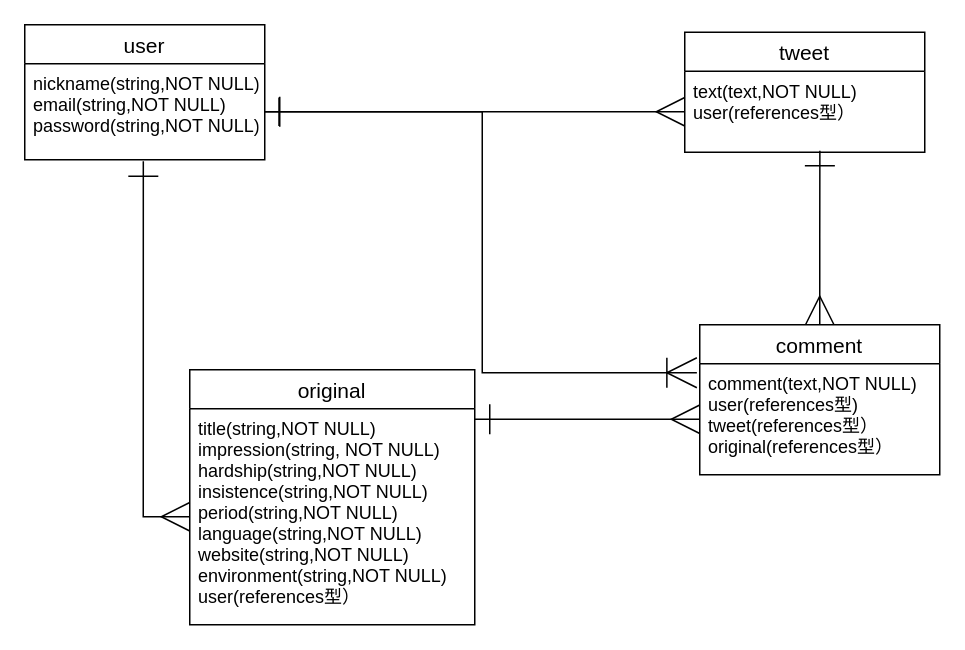
Above: ER.dio in Yu06rain/Huming (draw.io), before the change. Source tidied: cells renumbered, new cells numbered last; positions are measured from the earlier drawing's top-left corner, leaving out a move shared by most shapes. Both pictures are drawn from the tidied source at 150%, with x=0, y=0 at pixel (24, 24).
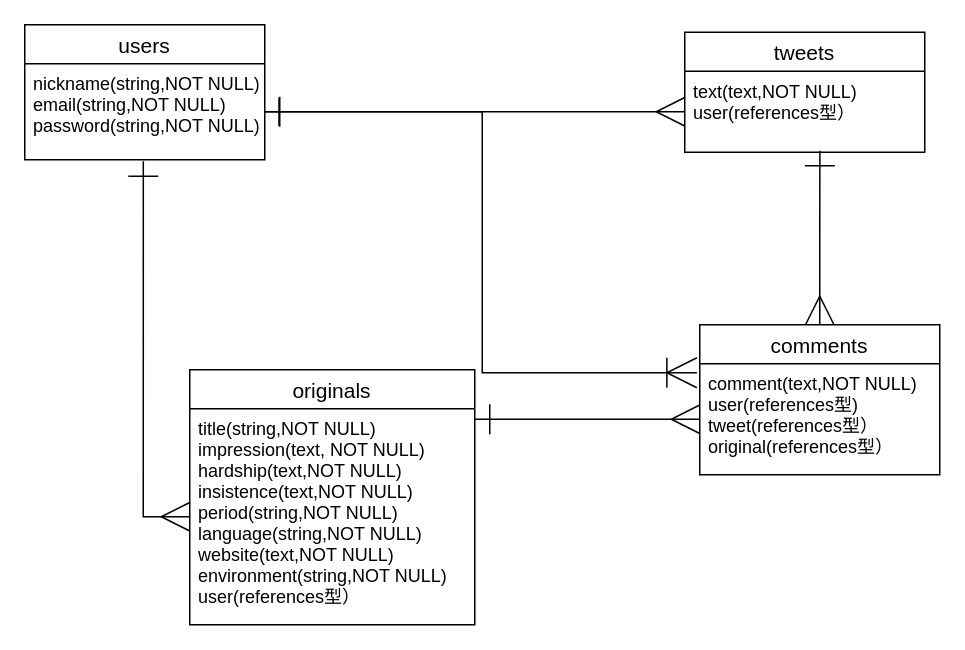
The same diagram, later.

Diff of the diagram source:
```diff
@@
 <mxGraphModel>
   <root>
     <mxCell id="0" />
     <mxCell id="1" parent="0" />
-    <mxCell id="2" value="user" style="swimlane;fontStyle=0;horizontal=1;startSize=26;align=center;fontSize=14;" parent="1" vertex="1">
+    <mxCell id="2" value="users" style="swimlane;fontStyle=0;horizontal=1;startSize=26;align=center;fontSize=14;" parent="1" vertex="1">
       <mxGeometry width="160" height="90" as="geometry" />
     </mxCell>
     <mxCell id="3" value="nickname(string,NOT NULL)&#10;email(string,NOT NULL)&#10;password(string,NOT NULL)&#10;" style="text;strokeColor=none;fillColor=none;spacingLeft=4;spacingRight=4;overflow=hidden;points=[[0,0.5],[1,0.5]];portConstraint=eastwest;fontSize=12;" parent="2" vertex="1">
       <mxGeometry y="26" width="160" height="64" as="geometry" />
     </mxCell>
-    <mxCell id="4" value="tweet" style="swimlane;fontStyle=0;horizontal=1;startSize=26;align=center;fontSize=14;" parent="1" vertex="1">
+    <mxCell id="4" value="tweets" style="swimlane;fontStyle=0;horizontal=1;startSize=26;align=center;fontSize=14;" parent="1" vertex="1">
       <mxGeometry x="440" y="5" width="160" height="80" as="geometry" />
     </mxCell>
     <mxCell id="5" value="text(text,NOT NULL)&#10;user(references型）" style="text;strokeColor=none;fillColor=none;spacingLeft=4;spacingRight=4;overflow=hidden;points=[[0,0.5],[1,0.5]];portConstraint=eastwest;fontSize=12;" parent="4" vertex="1">
       <mxGeometry y="26" width="160" height="54" as="geometry" />
     </mxCell>
     <mxCell id="6" style="edgeStyle=orthogonalEdgeStyle;rounded=0;jettySize=auto;html=1;exitX=0.5;exitY=0;exitDx=0;exitDy=0;entryX=0.563;entryY=0.981;entryDx=0;entryDy=0;entryPerimeter=0;startArrow=ERmany;startFill=0;startSize=17;endArrow=ERone;endFill=0;endSize=18;" parent="1" edge="1" source="7" target="5">
       <mxGeometry relative="1" as="geometry" />
     </mxCell>
-    <mxCell id="7" value="comment" style="swimlane;fontStyle=0;horizontal=1;startSize=26;align=center;fontSize=14;" parent="1" vertex="1">
+    <mxCell id="7" value="comments" style="swimlane;fontStyle=0;horizontal=1;startSize=26;align=center;fontSize=14;" parent="1" vertex="1">
       <mxGeometry x="450" y="200" width="160" height="100" as="geometry" />
     </mxCell>
     <mxCell id="8" value="comment(text,NOT NULL)&#10;user(references型)&#10;tweet(references型）&#10;original(references型）" style="text;strokeColor=none;fillColor=none;spacingLeft=4;spacingRight=4;overflow=hidden;points=[[0,0.5],[1,0.5]];portConstraint=eastwest;fontSize=12;" parent="7" vertex="1">
       <mxGeometry y="26" width="160" height="74" as="geometry" />
     </mxCell>
-    <mxCell id="9" value="original" style="swimlane;fontStyle=0;horizontal=1;startSize=26;align=center;fontSize=14;" parent="1" vertex="1">
+    <mxCell id="9" value="originals" style="swimlane;fontStyle=0;horizontal=1;startSize=26;align=center;fontSize=14;" parent="1" vertex="1">
       <mxGeometry x="110" y="230" width="190" height="170" as="geometry" />
     </mxCell>
-    <mxCell id="10" value="title(string,NOT NULL)&#10;impression(string, NOT NULL)&#10;hardship(string,NOT NULL)&#10;insistence(string,NOT NULL)&#10;period(string,NOT NULL)&#10;language(string,NOT NULL)&#10;website(string,NOT NULL)&#10;environment(string,NOT NULL)&#10;user(references型）" style="text;strokeColor=none;fillColor=none;spacingLeft=4;spacingRight=4;overflow=hidden;points=[[0,0.5],[1,0.5]];portConstraint=eastwest;fontSize=12;" parent="9" vertex="1">
+    <mxCell id="10" value="title(string,NOT NULL)&#10;impression(text, NOT NULL)&#10;hardship(text,NOT NULL)&#10;insistence(text,NOT NULL)&#10;period(string,NOT NULL)&#10;language(string,NOT NULL)&#10;website(text,NOT NULL)&#10;environment(string,NOT NULL)&#10;user(references型）" style="text;strokeColor=none;fillColor=none;spacingLeft=4;spacingRight=4;overflow=hidden;points=[[0,0.5],[1,0.5]];portConstraint=eastwest;fontSize=12;" parent="9" vertex="1">
       <mxGeometry y="26" width="190" height="144" as="geometry" />
     </mxCell>
     <mxCell id="11" style="edgeStyle=orthogonalEdgeStyle;rounded=0;jettySize=auto;html=1;exitX=0;exitY=0.5;exitDx=0;exitDy=0;entryX=0.494;entryY=1.016;entryDx=0;entryDy=0;entryPerimeter=0;endArrow=ERone;endFill=0;startArrow=ERmany;startFill=0;endSize=18;startSize=17;" parent="1" edge="1" source="10" target="3">
       <mxGeometry relative="1" as="geometry" />
     </mxCell>
     <mxCell id="12" style="edgeStyle=orthogonalEdgeStyle;rounded=0;jettySize=auto;html=1;exitX=0;exitY=0.5;exitDx=0;exitDy=0;entryX=1;entryY=0.5;entryDx=0;entryDy=0;startArrow=ERmany;startFill=0;startSize=17;endArrow=ERone;endFill=0;endSize=18;" parent="1" edge="1" source="5" target="3">
       <mxGeometry relative="1" as="geometry" />
     </mxCell>
     <mxCell id="13" style="edgeStyle=orthogonalEdgeStyle;rounded=0;jettySize=auto;html=1;entryX=-0.012;entryY=0.081;entryDx=0;entryDy=0;entryPerimeter=0;startArrow=ERone;startFill=0;startSize=17;endArrow=ERoneToMany;endFill=0;endSize=18;" parent="1" edge="1" source="3" target="8">
       <mxGeometry relative="1" as="geometry" />
     </mxCell>
     <mxCell id="14" style="edgeStyle=orthogonalEdgeStyle;rounded=0;jettySize=auto;html=1;exitX=0;exitY=0.5;exitDx=0;exitDy=0;entryX=1;entryY=0.049;entryDx=0;entryDy=0;entryPerimeter=0;startArrow=ERmany;startFill=0;startSize=17;endArrow=ERone;endFill=0;endSize=18;" parent="1" edge="1" source="8" target="10">
       <mxGeometry relative="1" as="geometry" />
     </mxCell>
   </root>
 </mxGraphModel>
```
